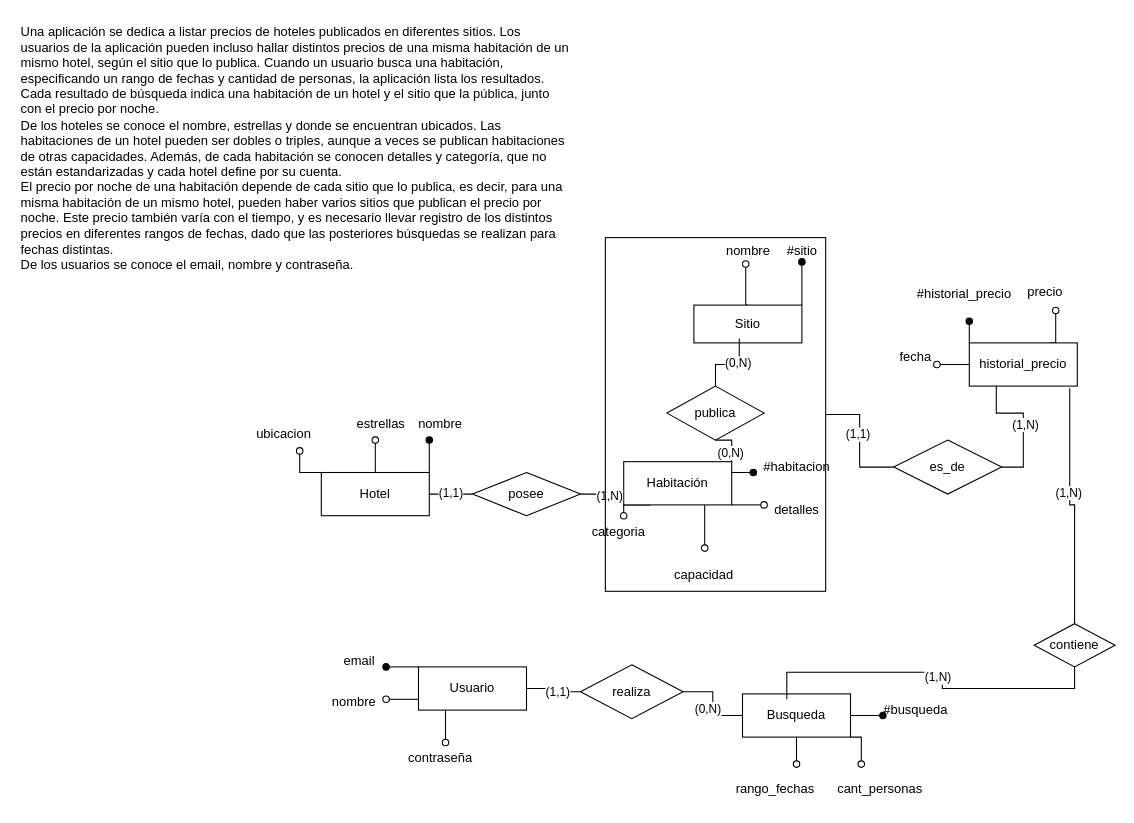
This is Practicas-Resueltas/Practica-1/Ejercicio10Parte2.drawio from massimoparzanese/Bases-de-Datos-1-2025, a draw.io file, before an edit. Source tidied: cells renumbered, new cells numbered last; positions are measured from the earlier drawing's top-left corner, leaving out a move shared by most shapes. Both pictures are drawn from the tidied source at 108%, with x=0, y=0 at pixel (18, 18).
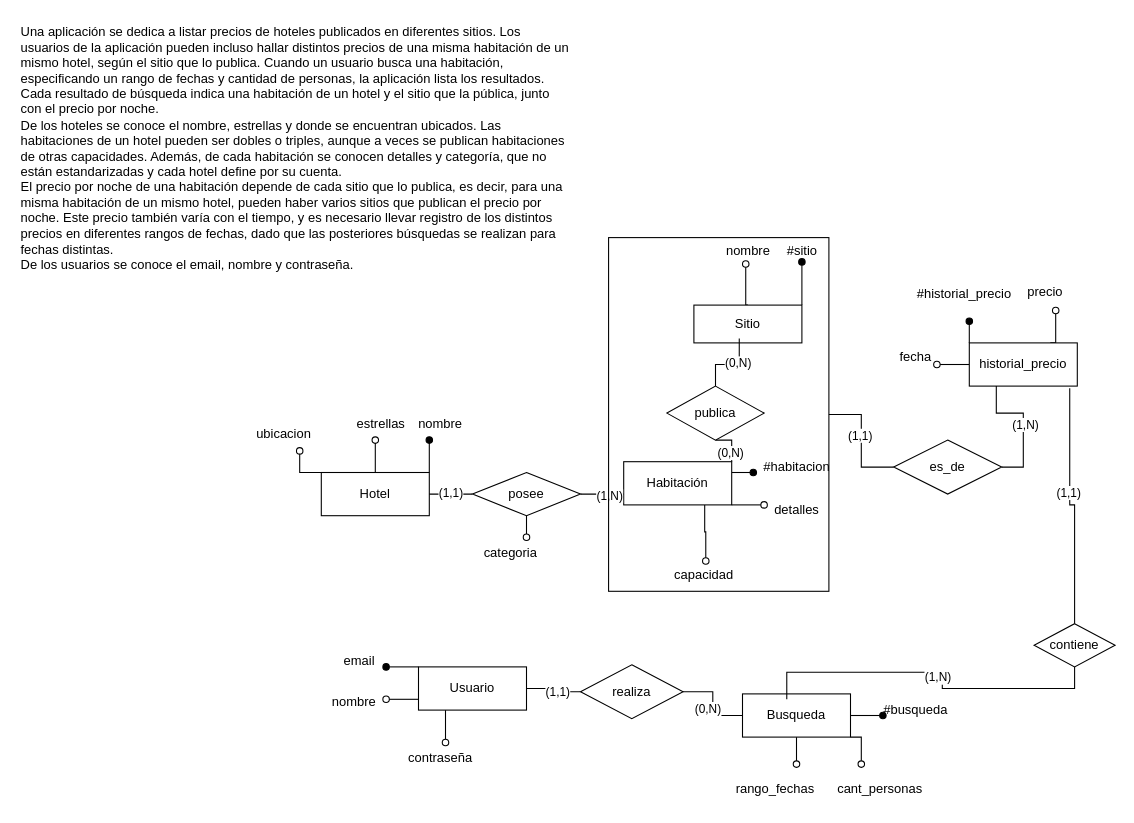
Above is the later version.

The change refers to these unchanged cells:
```xml
<mxCell id="14" value="Habitación" style="whiteSpace=wrap;html=1;align=center;" parent="1" vertex="1">
  <mxGeometry x="560" y="410" width="100" height="40" as="geometry" />
</mxCell>
<mxCell id="28" value="posee" style="shape=rhombus;perimeter=rhombusPerimeter;whiteSpace=wrap;html=1;align=center;" parent="1" vertex="1">
  <mxGeometry x="420" y="420" width="100" height="40" as="geometry" />
</mxCell>
<mxCell id="40" value="capacidad" style="text;html=1;align=center;verticalAlign=middle;points=[];strokeColor=none;fillColor=none;" parent="1" vertex="1">
  <mxGeometry x="594" y="500" width="80" height="30" as="geometry" />
</mxCell>
<mxCell id="63" style="edgeStyle=orthogonalEdgeStyle;rounded=0;jettySize=auto;html=1;exitX=0.5;exitY=0;exitDx=0;exitDy=0;entryX=0.93;entryY=1.05;entryDx=0;entryDy=0;endArrow=none;endFill=0;entryPerimeter=0;" parent="1" edge="1" source="65" target="45">
  <mxGeometry relative="1" as="geometry" />
</mxCell>
```

The edit, as a diff of the source:
```diff
@@
-    <mxCell id="6" style="edgeStyle=orthogonalEdgeStyle;rounded=0;jettySize=auto;html=1;exitX=0.25;exitY=1;exitDx=0;exitDy=0;endArrow=oval;endFill=0;" parent="1" edge="1" source="14">
-      <mxGeometry relative="1" as="geometry">
-        <mxPoint x="560" y="460" as="targetPoint" />
-      </mxGeometry>
-    </mxCell>
@@
-    <mxCell id="13" style="edgeStyle=orthogonalEdgeStyle;rounded=0;jettySize=auto;html=1;exitX=0.75;exitY=1;exitDx=0;exitDy=0;endArrow=oval;endFill=0;" parent="1" edge="1" source="14">
-      <mxGeometry relative="1" as="geometry">
-        <mxPoint x="635" y="490" as="targetPoint" />
-      </mxGeometry>
-    </mxCell>
@@
+    <mxCell id="71" style="edgeStyle=orthogonalEdgeStyle;rounded=0;jettySize=auto;html=1;exitX=0.5;exitY=1;exitDx=0;exitDy=0;endArrow=oval;endFill=0;" parent="1" edge="1" source="28">
+      <mxGeometry relative="1" as="geometry">
+        <mxPoint x="470" y="480" as="targetPoint" />
+      </mxGeometry>
+    </mxCell>
@@
-    <mxCell id="39" value="categoria" style="text;html=1;align=center;verticalAlign=middle;strokeColor=none;fillColor=none;" parent="1" vertex="1">
-      <mxGeometry x="520" y="460" width="70" height="30" as="geometry" />
-    </mxCell>
@@
-    <mxCell id="41" style="rounded=0;whiteSpace=wrap;html=1;fillColor=none;" parent="1" vertex="1">
-      <mxGeometry x="543" y="202.5" width="204" height="327.5" as="geometry" />
-    </mxCell>
@@
-    <mxCell id="64" value="(1,N)" style="edgeLabel;html=1;align=center;verticalAlign=middle;" parent="63" vertex="1">
+    <mxCell id="64" value="(1,1)" style="edgeLabel;html=1;align=center;verticalAlign=middle;" parent="63" vertex="1">
       <mxGeometry x="0.13" y="2" relative="1" as="geometry" />
     </mxCell>
@@
+    <mxCell id="39" value="categoria" style="text;html=1;align=center;verticalAlign=middle;strokeColor=none;fillColor=none;" parent="1" vertex="1">
+      <mxGeometry x="420" y="480" width="70" height="30" as="geometry" />
+    </mxCell>
+    <mxCell id="72" style="edgeStyle=orthogonalEdgeStyle;rounded=0;jettySize=auto;html=1;exitX=0.75;exitY=1;exitDx=0;exitDy=0;endArrow=oval;endFill=0;entryX=0.525;entryY=0.067;entryDx=0;entryDy=0;entryPerimeter=0;" parent="1" edge="1" source="14" target="40">
+      <mxGeometry relative="1" as="geometry" />
+    </mxCell>
+    <mxCell id="41" style="rounded=0;whiteSpace=wrap;html=1;fillColor=none;" parent="1" vertex="1">
+      <mxGeometry x="546" y="202.5" width="204" height="327.5" as="geometry" />
+    </mxCell>
```
